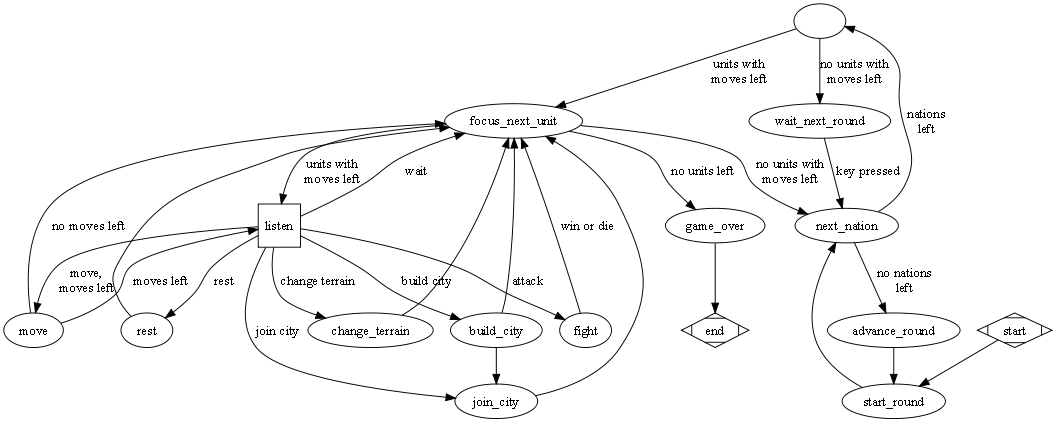
Before: cociv/doc/states.png, a diagram exported from Graphviz (andrenho/andrenho). Its source is kept beside it as cociv/doc/states.dot.
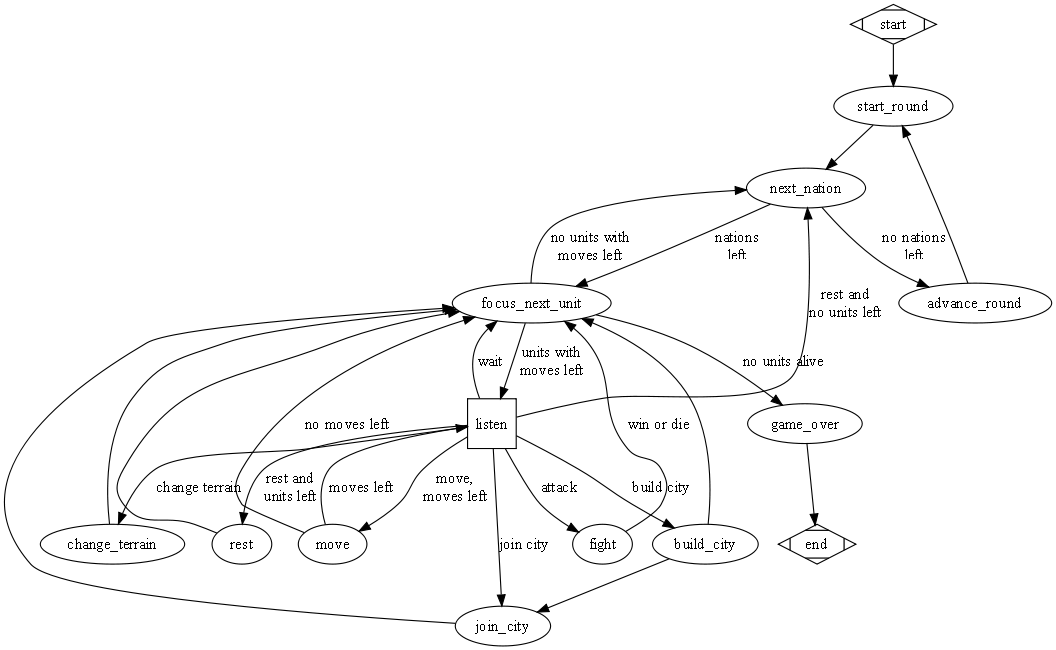
After the commit.

What changed in the source:
```diff
@@ -2,27 +2,23 @@
 
   size="11";
 
-  nation_has_moves_left [label=""];
-
   start -> start_round;
   start_round -> next_nation;
 
-  next_nation -> nation_has_moves_left [label="nations\nleft"];
+  next_nation -> focus_next_unit [label="nations\nleft"];
   advance_round -> start_round;
   next_nation -> advance_round [label="no nations\nleft"];
 
-  nation_has_moves_left -> wait_next_round [label="no units with\nmoves left"];
-  nation_has_moves_left -> focus_next_unit [label="units with\nmoves left"];
-
   focus_next_unit -> listen [label="units with\nmoves left"];
   focus_next_unit -> next_nation [label="no units with\nmoves left"];
-  focus_next_unit -> game_over [label="no units left"];
-  wait_next_round -> next_nation [label="key pressed"];
+  focus_next_unit -> game_over [label="no units alive"];
 
   listen -> focus_next_unit [label="wait"];
   listen -> move [label="move,\nmoves left"];
   listen -> change_terrain [label="change terrain"];
-  listen -> rest [label="rest"];
+  listen -> rest [label="rest and\nunits left"];
+  listen -> next_nation [label="rest and\nno units left"];
+
   rest -> focus_next_unit;
   change_terrain -> focus_next_unit;
   move -> listen [label="moves left"];
```
